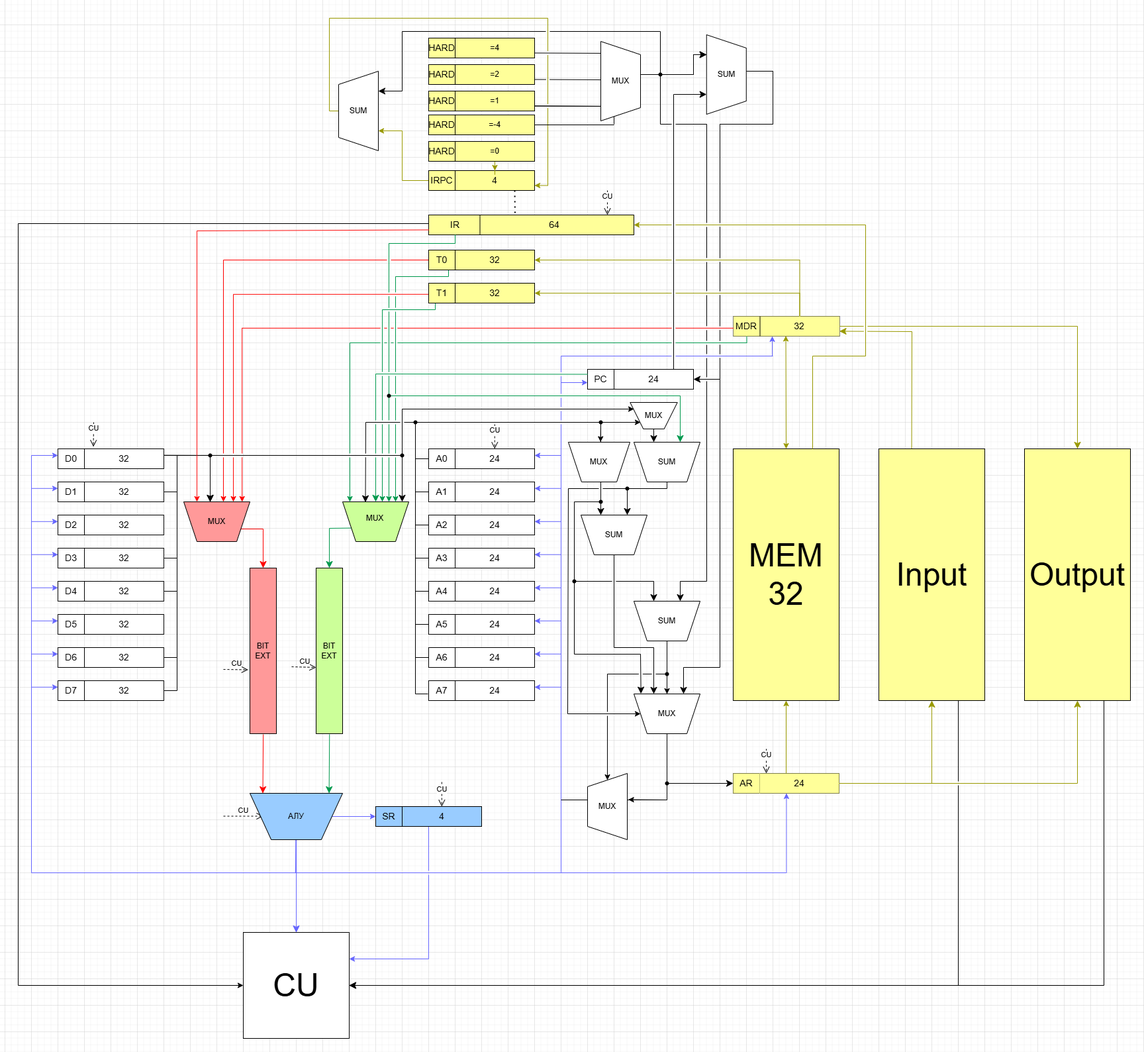
The draw.io diagram ФИНАЛ.drawio.png in vladimirasd/computer-archirecture, before a commit. Source tidied: cells renumbered, new cells last; positions are measured from the earlier drawing's top-left corner, leaving out a move shared by most shapes.
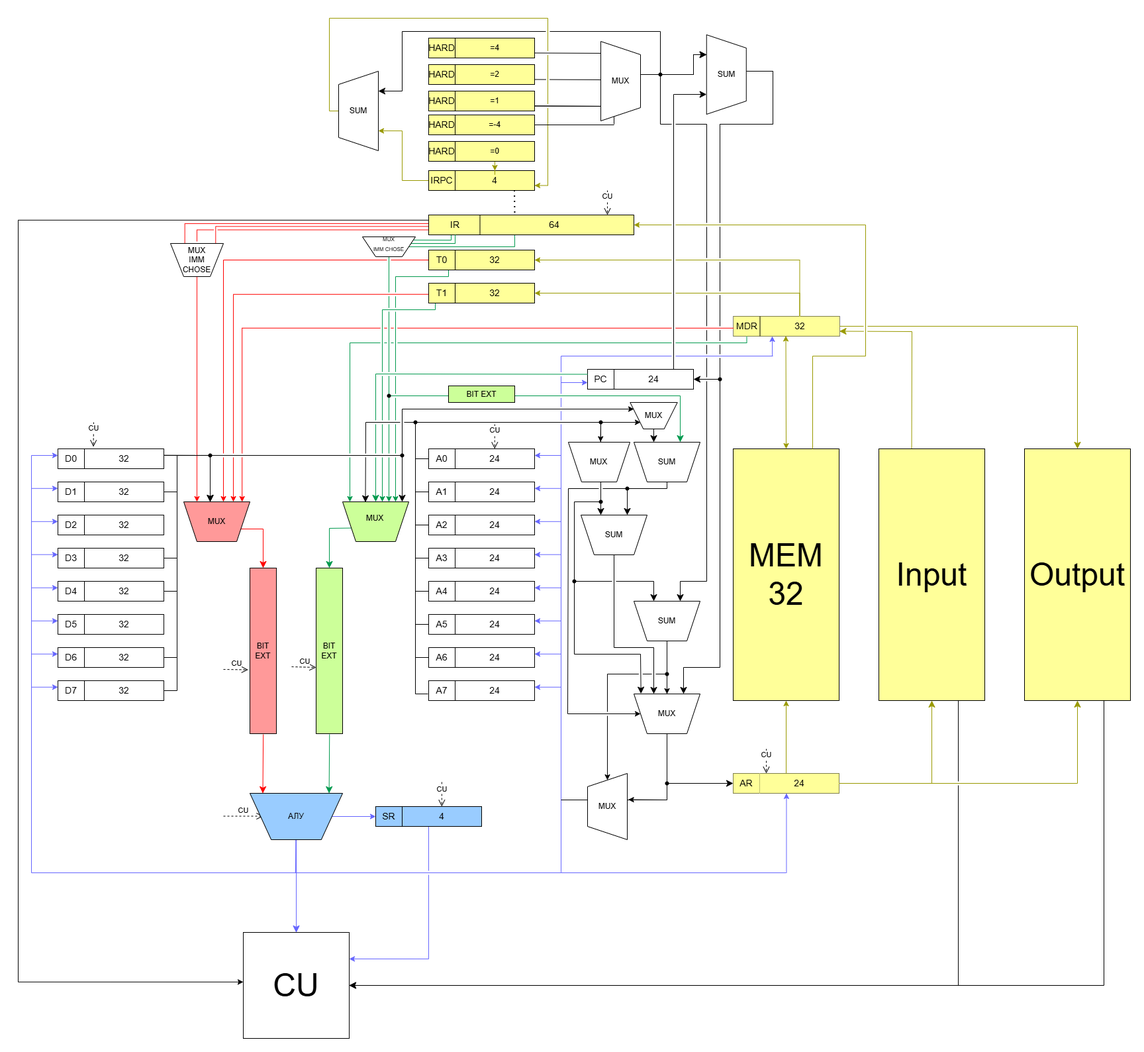
The same file after the commit.

Change to the diagram source:
```diff
@@ -2,6 +2,57 @@
   <root>
     <mxCell id="0" />
     <mxCell id="1" parent="0" />
+    <mxCell id="289" style="edgeStyle=orthogonalEdgeStyle;rounded=0;orthogonalLoop=1;jettySize=auto;html=1;entryX=0.729;entryY=0.946;entryDx=0;entryDy=0;strokeColor=#FF0E0E;jumpStyle=gap;exitX=0;exitY=0.75;exitDx=0;exitDy=0;entryPerimeter=0;endArrow=none;endFill=0;" parent="1" edge="1">
+      <mxGeometry relative="1" as="geometry">
+        <mxPoint x="786.3" y="324.3" as="sourcePoint" />
+        <mxPoint x="250" y="340" as="targetPoint" />
+        <Array as="points">
+          <mxPoint x="786.3" y="314.3" />
+          <mxPoint x="298.3" y="314.3" />
+        </Array>
+      </mxGeometry>
+    </mxCell>
+    <mxCell id="106" style="edgeStyle=orthogonalEdgeStyle;rounded=0;orthogonalLoop=1;jettySize=auto;html=1;entryX=0.367;entryY=-0.002;entryDx=0;entryDy=0;strokeColor=#FF0E0E;entryPerimeter=0;jumpStyle=gap;exitX=0;exitY=0.75;exitDx=0;exitDy=0;" parent="1" edge="1">
+      <mxGeometry relative="1" as="geometry">
+        <mxPoint x="620" y="319.5" as="sourcePoint" />
+        <mxPoint x="270" y="730" as="targetPoint" />
+        <Array as="points">
+          <mxPoint x="270" y="320" />
+        </Array>
+      </mxGeometry>
+    </mxCell>
+    <mxCell id="290" style="edgeStyle=orthogonalEdgeStyle;rounded=0;jettySize=auto;html=1;entryX=0.729;entryY=0.946;entryDx=0;entryDy=0;strokeColor=#FF0E0E;jumpStyle=gap;exitX=0;exitY=0.75;exitDx=0;exitDy=0;entryPerimeter=0;endArrow=none;endFill=0;" parent="1" edge="1" source="297">
+      <mxGeometry relative="1" as="geometry">
+        <mxPoint x="300" y="340" as="targetPoint" />
+      </mxGeometry>
+    </mxCell>
+    <mxCell id="291" style="edgeStyle=orthogonalEdgeStyle;rounded=0;jettySize=auto;html=1;entryX=0.729;entryY=0.946;entryDx=0;entryDy=0;strokeColor=#FF0E0E;jumpStyle=gap;exitX=0;exitY=0.75;exitDx=0;exitDy=0;entryPerimeter=0;endArrow=none;endFill=0;" parent="1" edge="1" target="297">
+      <mxGeometry relative="1" as="geometry">
+        <mxPoint x="740" y="320" as="sourcePoint" />
+        <Array as="points">
+          <mxPoint x="740" y="310" />
+          <mxPoint x="252" y="310" />
+        </Array>
+      </mxGeometry>
+    </mxCell>
+    <mxCell id="292" style="edgeStyle=orthogonalEdgeStyle;rounded=0;jettySize=auto;html=1;entryDx=0;entryDy=0;strokeColor=#00994D;jumpStyle=gap;endArrow=none;endFill=0;entryX=0.034;entryY=0.839;exitX=0.045;exitY=0.919;exitDx=0;exitDy=0;exitPerimeter=0;entryPerimeter=0;" parent="1" edge="1" target="295">
+      <mxGeometry relative="1" as="geometry">
+        <mxPoint x="650.2" y="310" as="sourcePoint" />
+        <Array as="points">
+          <mxPoint x="654" y="310" />
+          <mxPoint x="654" y="335" />
+          <mxPoint x="600" y="335" />
+        </Array>
+      </mxGeometry>
+    </mxCell>
+    <mxCell id="293" style="edgeStyle=orthogonalEdgeStyle;rounded=0;jettySize=auto;html=1;entryDx=0;entryDy=0;strokeColor=#00994D;jumpStyle=gap;endArrow=none;endFill=0;entryX=1;entryY=0.75;exitX=0.045;exitY=0.919;exitDx=0;exitDy=0;exitPerimeter=0;" parent="1" edge="1" source="111" target="296">
+      <mxGeometry relative="1" as="geometry">
+        <Array as="points">
+          <mxPoint x="750" y="325" />
+          <mxPoint x="750" y="345" />
+        </Array>
+      </mxGeometry>
+    </mxCell>
     <mxCell id="2" style="edgeStyle=orthogonalEdgeStyle;rounded=0;jettySize=auto;html=1;" parent="1" edge="1" source="265" target="256">
       <mxGeometry relative="1" as="geometry" />
     </mxCell>
@@ -406,24 +457,19 @@
     <mxCell id="105" style="endArrow=none;html=1;rounded=0;exitX=0.25;exitY=0;exitDx=0;exitDy=0;entryX=0.25;entryY=1;entryDx=0;entryDy=0;" parent="1" edge="1" source="104" target="104">
       <mxGeometry relative="1" as="geometry" />
     </mxCell>
-    <mxCell id="106" style="edgeStyle=orthogonalEdgeStyle;rounded=0;jettySize=auto;html=1;entryX=0.367;entryY=-0.002;entryDx=0;entryDy=0;strokeColor=#FF0E0E;entryPerimeter=0;jumpStyle=gap;exitX=0;exitY=0.75;exitDx=0;exitDy=0;" parent="1" edge="1" source="110">
-      <mxGeometry relative="1" as="geometry">
-        <mxPoint x="270" y="730" as="targetPoint" />
-        <Array as="points">
-          <mxPoint x="270" y="321" />
-        </Array>
-      </mxGeometry>
-    </mxCell>
     <mxCell id="107" style="edgeStyle=orthogonalEdgeStyle;rounded=0;jettySize=auto;html=1;entryX=0.25;entryY=0;entryDx=0;entryDy=0;strokeColor=#00994D;jumpStyle=gap;" parent="1" edge="1" source="262">
       <mxGeometry relative="1" as="geometry">
         <mxPoint x="560" y="730" as="targetPoint" />
       </mxGeometry>
     </mxCell>
-    <mxCell id="108" style="edgeStyle=orthogonalEdgeStyle;rounded=0;jettySize=auto;html=1;entryX=0;entryY=0.5;entryDx=0;entryDy=0;" parent="1" edge="1" source="110" target="83">
+    <mxCell id="108" style="edgeStyle=orthogonalEdgeStyle;rounded=0;orthogonalLoop=1;jettySize=auto;html=1;entryX=0;entryY=0.5;entryDx=0;entryDy=0;exitX=0;exitY=0.172;exitDx=0;exitDy=0;exitPerimeter=0;" parent="1" edge="1">
       <mxGeometry relative="1" as="geometry">
+        <mxPoint x="620" y="297" as="sourcePoint" />
+        <mxPoint x="340" y="1454.8" as="targetPoint" />
         <Array as="points">
-          <mxPoint y="310" />
-          <mxPoint y="1460" />
+          <mxPoint x="620" y="304.8" />
+          <mxPoint y="304.8" />
+          <mxPoint y="1454.8" />
         </Array>
       </mxGeometry>
     </mxCell>
@@ -1301,5 +1347,23 @@
     <mxCell id="288" style="shape=waypoint;sketch=0;fillStyle=solid;size=6;fillColor=none;perimeter=centerPerimeter;" parent="1" vertex="1">
       <mxGeometry x="870" y="720" width="20" height="20" as="geometry" />
     </mxCell>
+    <mxCell id="294" style="shape=waypoint;sketch=0;fillStyle=solid;size=6;fillColor=none;perimeter=centerPerimeter;" parent="1" vertex="1">
+      <mxGeometry x="1050" y="535" width="20" height="20" as="geometry" />
+    </mxCell>
+    <mxCell id="295" style="shape=trapezoid;perimeter=trapezoidPerimeter;whiteSpace=wrap;html=1;fixedSize=1;rotation=-180;" parent="1" vertex="1">
+      <mxGeometry x="520" y="330" width="80" height="30" as="geometry" />
+    </mxCell>
+    <mxCell id="296" value="&lt;font style=&quot;font-size: 8px;&quot;&gt;MUX&lt;/font&gt;&lt;br&gt;&lt;font style=&quot;font-size: 8px;&quot;&gt;IMM CHOSE&lt;/font&gt;" style="text;html=1;whiteSpace=wrap;strokeColor=none;fillColor=none;align=center;verticalAlign=middle;rounded=0;" parent="1" vertex="1">
+      <mxGeometry x="530" y="330" width="60" height="20" as="geometry" />
+    </mxCell>
+    <mxCell id="297" style="shape=trapezoid;perimeter=trapezoidPerimeter;whiteSpace=wrap;html=1;fixedSize=1;rotation=-180;" parent="1" vertex="1">
+      <mxGeometry x="230" y="340" width="80" height="50" as="geometry" />
+    </mxCell>
+    <mxCell id="298" value="MUX&lt;br&gt;IMM CHOSE" style="text;html=1;whiteSpace=wrap;strokeColor=none;fillColor=none;align=center;verticalAlign=middle;rounded=0;" parent="1" vertex="1">
+      <mxGeometry x="240" y="350" width="60" height="30" as="geometry" />
+    </mxCell>
+    <mxCell id="299" value="BIT EXT" style="rounded=0;whiteSpace=wrap;html=1;fillColor=#CCFF99;" parent="1" vertex="1">
+      <mxGeometry x="650" y="555" width="100" height="25" as="geometry" />
+    </mxCell>
   </root>
 </mxGraphModel>
```
